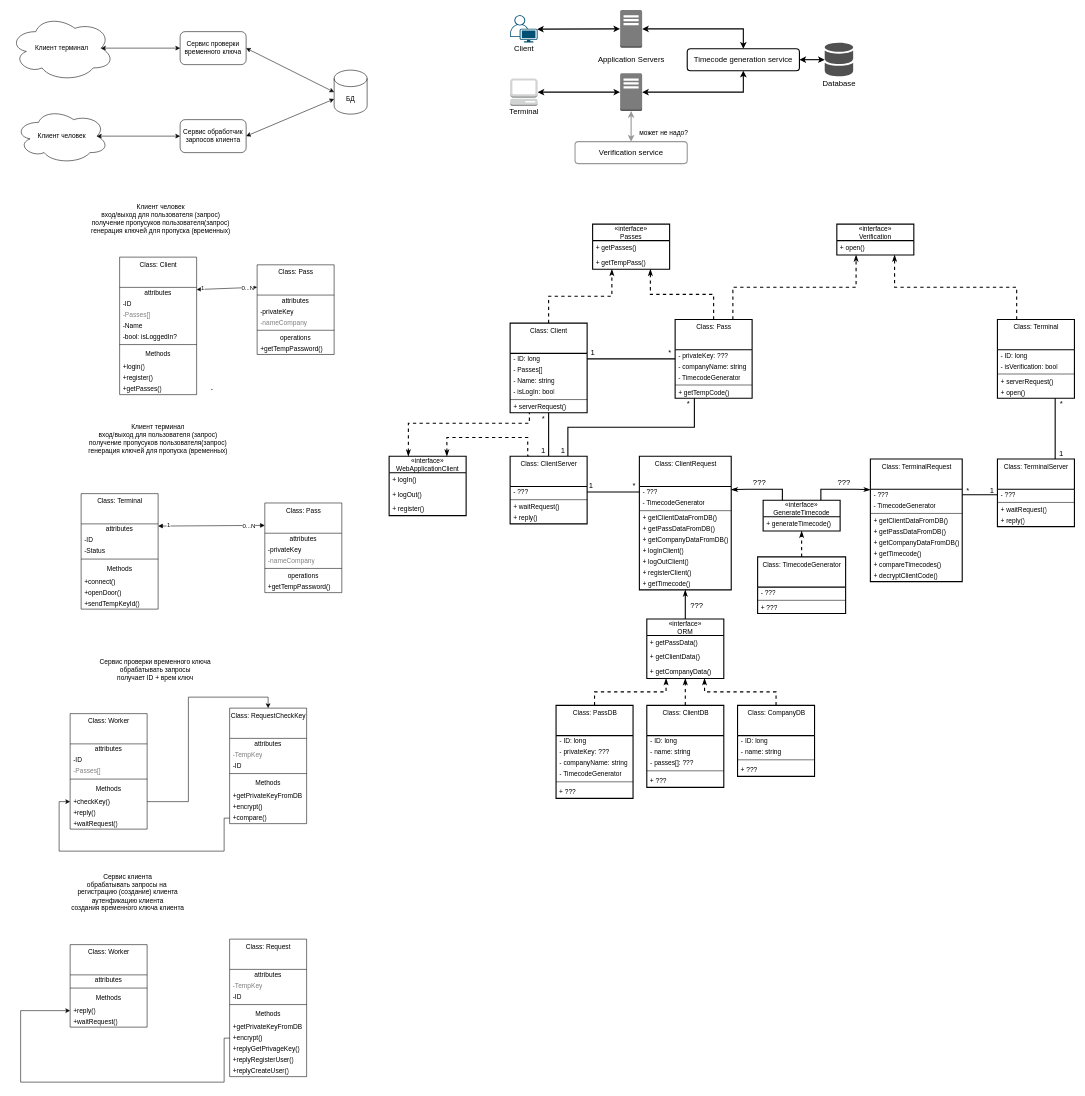
Earlier version of the draw.io diagram UML.drawio (Mon-Keys/MonKeys). Source tidied: cells renumbered, new cells numbered last; positions are measured from the earlier drawing's top-left corner, leaving out a move shared by most shapes. Both pictures are drawn from the tidied source at 55%, with x=0, y=0 at pixel (9, 9).
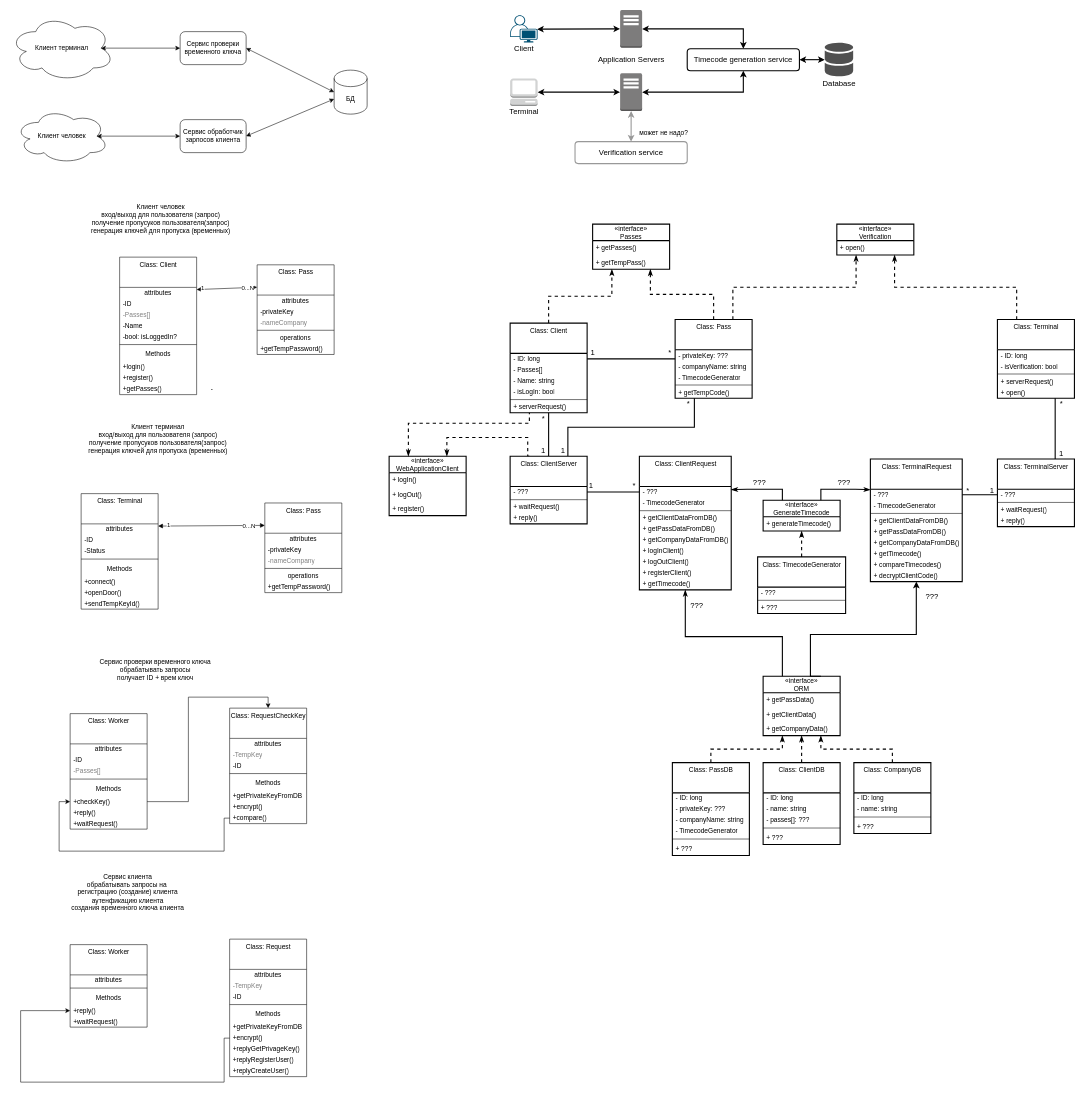
After the change.

Unchanged cells that the change refers to:
```xml
<mxCell id="143" value="Class: ClientRequest" style="swimlane;fontStyle=0;align=center;verticalAlign=top;horizontal=1;startSize=55;html=1;strokeWidth=2;" parent="1" vertex="1">
  <mxGeometry x="1145" y="812" width="167" height="243" as="geometry" />
</mxCell>
<mxCell id="202" value="Class: TerminalRequest" style="swimlane;fontStyle=0;align=center;verticalAlign=top;horizontal=1;startSize=55;html=1;strokeWidth=2;" parent="1" vertex="1">
  <mxGeometry x="1565" y="817" width="167" height="223" as="geometry" />
</mxCell>
```

What changed in the source:
```diff
@@
     <mxCell id="155" value="Class: ClientDB" style="swimlane;fontStyle=0;align=center;verticalAlign=top;horizontal=1;startSize=55;html=1;strokeWidth=2;" parent="1" vertex="1">
-      <mxGeometry x="1158.5" y="1265" width="140" height="149" as="geometry" />
+      <mxGeometry x="1370" y="1369" width="140" height="149" as="geometry" />
     </mxCell>
@@
     <mxCell id="162" value="Class: PassDB" style="swimlane;fontStyle=0;align=center;verticalAlign=top;horizontal=1;startSize=55;html=1;strokeWidth=2;" parent="1" vertex="1">
-      <mxGeometry x="993.5" y="1265" width="140" height="169" as="geometry" />
+      <mxGeometry x="1205" y="1369" width="140" height="169" as="geometry" />
     </mxCell>
@@
     <mxCell id="170" value="Class: CompanyDB" style="swimlane;fontStyle=0;align=center;verticalAlign=top;horizontal=1;startSize=55;html=1;strokeWidth=2;" parent="1" vertex="1">
-      <mxGeometry x="1323.5" y="1265" width="140" height="129" as="geometry" />
+      <mxGeometry x="1535" y="1369" width="140" height="129" as="geometry" />
     </mxCell>
@@
-    <mxCell id="186" style="edgeStyle=orthogonalEdgeStyle;rounded=0;jettySize=auto;html=1;exitX=0.5;exitY=0;exitDx=0;exitDy=0;entryX=0.5;entryY=1;entryDx=0;entryDy=0;startArrow=none;startFill=0;endArrow=classicThin;endFill=1;strokeWidth=2;" parent="1" edge="1" source="187" target="143">
-      <mxGeometry relative="1" as="geometry" />
+    <mxCell id="186" style="edgeStyle=orthogonalEdgeStyle;rounded=0;jettySize=auto;html=1;exitX=0.25;exitY=0;exitDx=0;exitDy=0;entryX=0.5;entryY=1;entryDx=0;entryDy=0;startArrow=none;startFill=0;endArrow=classicThin;endFill=1;strokeWidth=2;" parent="1" edge="1" source="187" target="143">
+      <mxGeometry relative="1" as="geometry">
+        <Array as="points">
+          <mxPoint x="1405" y="1140" />
+          <mxPoint x="1228" y="1140" />
+        </Array>
+      </mxGeometry>
     </mxCell>
+    <mxCell id="233" style="edgeStyle=orthogonalEdgeStyle;rounded=0;jettySize=auto;html=1;exitX=0.75;exitY=0;exitDx=0;exitDy=0;startArrow=none;startFill=0;endArrow=classic;endFill=1;strokeColor=#000000;strokeWidth=2;entryX=0.5;entryY=1;entryDx=0;entryDy=0;" parent="1" edge="1" source="187" target="202">
+      <mxGeometry relative="1" as="geometry">
+        <Array as="points">
+          <mxPoint x="1456" y="1136" />
+          <mxPoint x="1649" y="1136" />
+        </Array>
+      </mxGeometry>
+    </mxCell>
     <mxCell id="187" value="«interface»&#10;ORM" style="swimlane;fontStyle=0;horizontal=1;startSize=30;fillColor=none;strokeWidth=2;" parent="1" vertex="1">
-      <mxGeometry x="1158.5" y="1108" width="140" height="108" as="geometry" />
+      <mxGeometry x="1370" y="1212" width="140" height="108" as="geometry" />
     </mxCell>
@@
+    <mxCell id="234" value="&lt;font style=&quot;font-size: 14px&quot;&gt;???&lt;/font&gt;" style="text;html=1;align=center;verticalAlign=middle;strokeColor=none;" parent="1" vertex="1">
+      <mxGeometry x="1660" y="1057" width="33" height="19" as="geometry" />
+    </mxCell>
```
